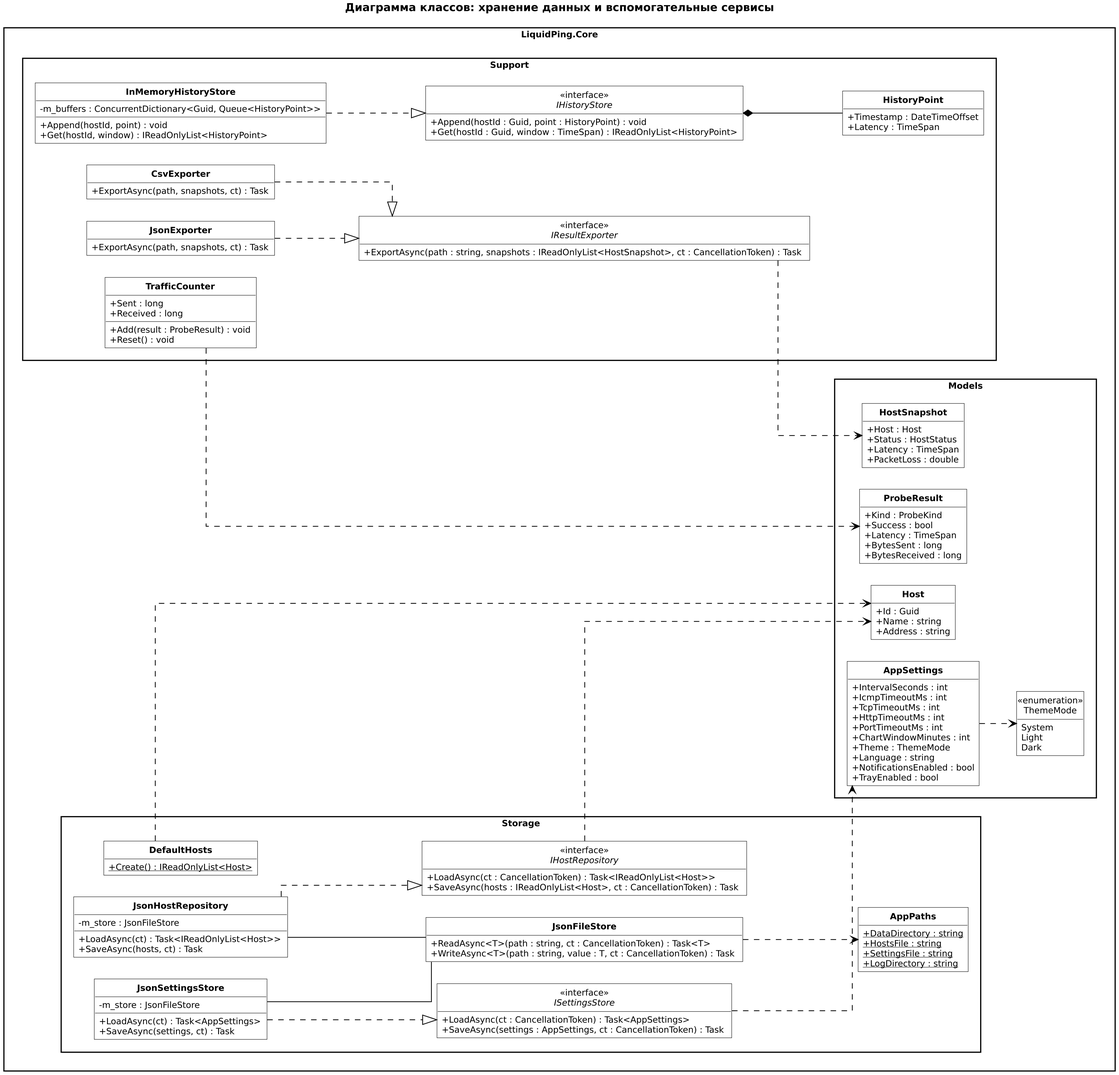
Earlier version of the PlantUML export docs/uml/img/class-storage.png (Levandovskii/liquid-ping). Its source is kept beside it as docs/uml/src/class-storage.puml.
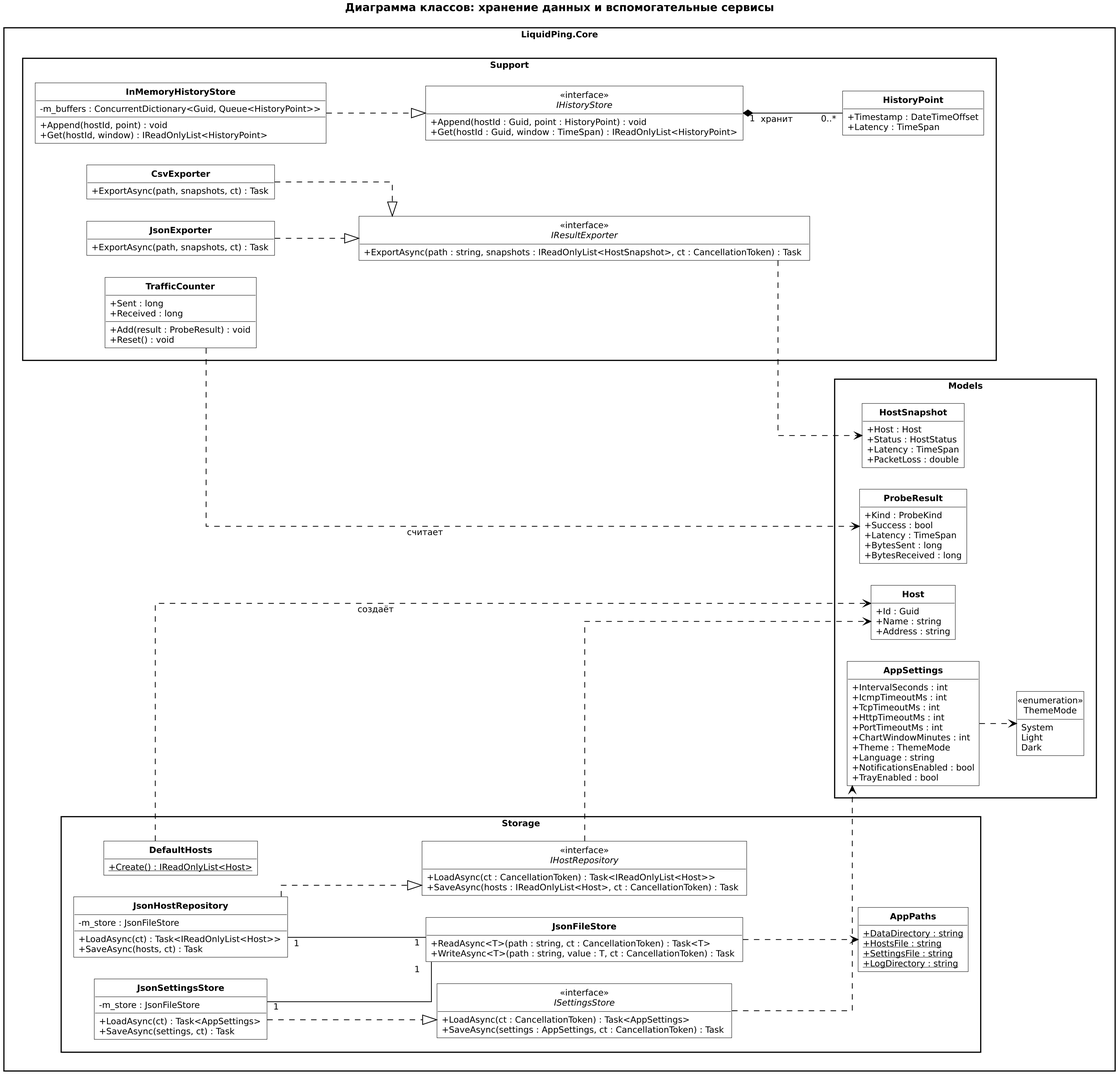
The same diagram one commit later.

Change to the diagram source:
```diff
@@ -148,15 +148,15 @@
 
 JsonHostRepository ..|> IHostRepository
 JsonSettingsStore ..|> ISettingsStore
-JsonHostRepository -- JsonFileStore
-JsonSettingsStore -- JsonFileStore
+JsonHostRepository "1" -- "1" JsonFileStore
+JsonSettingsStore "1" -- "1" JsonFileStore
 JsonFileStore ..> AppPaths
-DefaultHosts ..> Host
+DefaultHosts ..> Host : создаёт
 AppSettings ..> ThemeMode
 
 InMemoryHistoryStore ..|> IHistoryStore
-IHistoryStore *-- HistoryPoint
-TrafficCounter ..> ProbeResult
+IHistoryStore "1" *-- "0..*" HistoryPoint : хранит
+TrafficCounter ..> ProbeResult : считает
 CsvExporter ..|> IResultExporter
 JsonExporter ..|> IResultExporter
 IResultExporter ..> HostSnapshot
```
